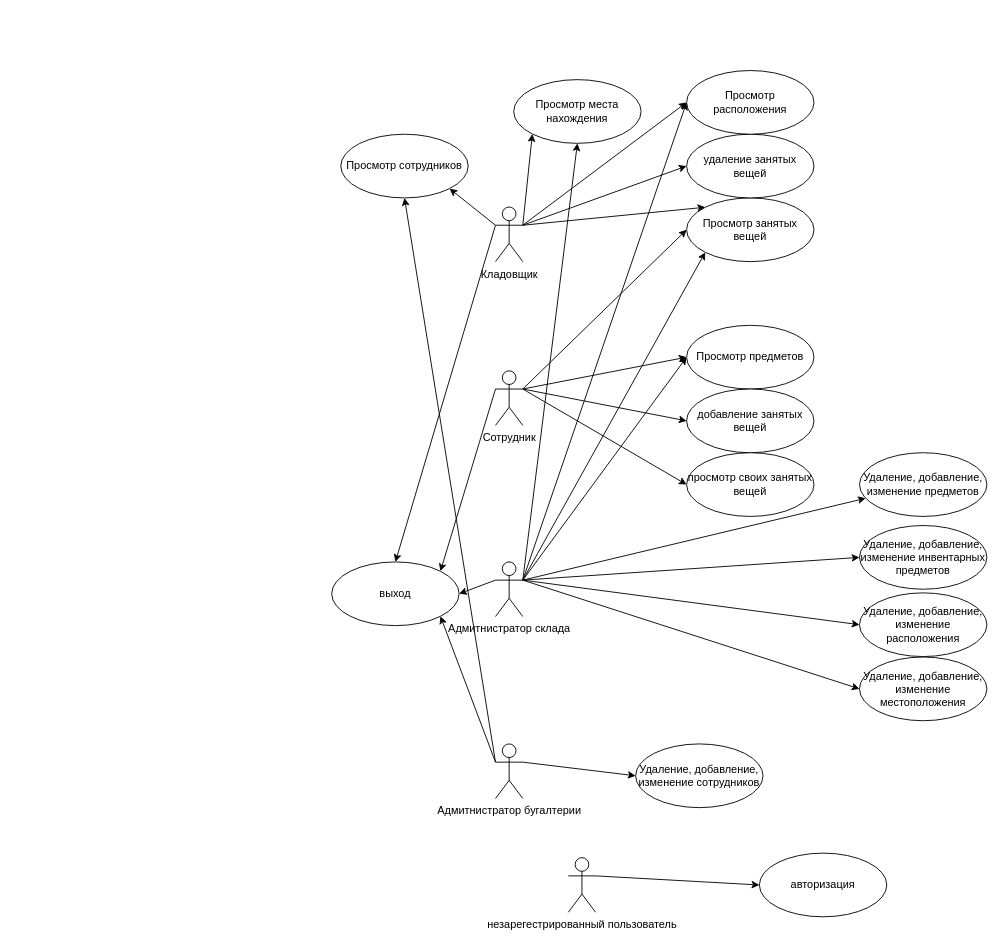
Above: page "Страница 2" (2 of 3) of lab1/ER PPO.drawio in seregadanser/BMSTU_PPO (draw.io), before the change. Source tidied: cells renumbered, new cells numbered last; positions are measured from the earlier drawing's top-left corner, leaving out a move shared by most shapes. Both pictures are drawn from the tidied source at 91%, with x=0, y=0 at pixel (331, 70).
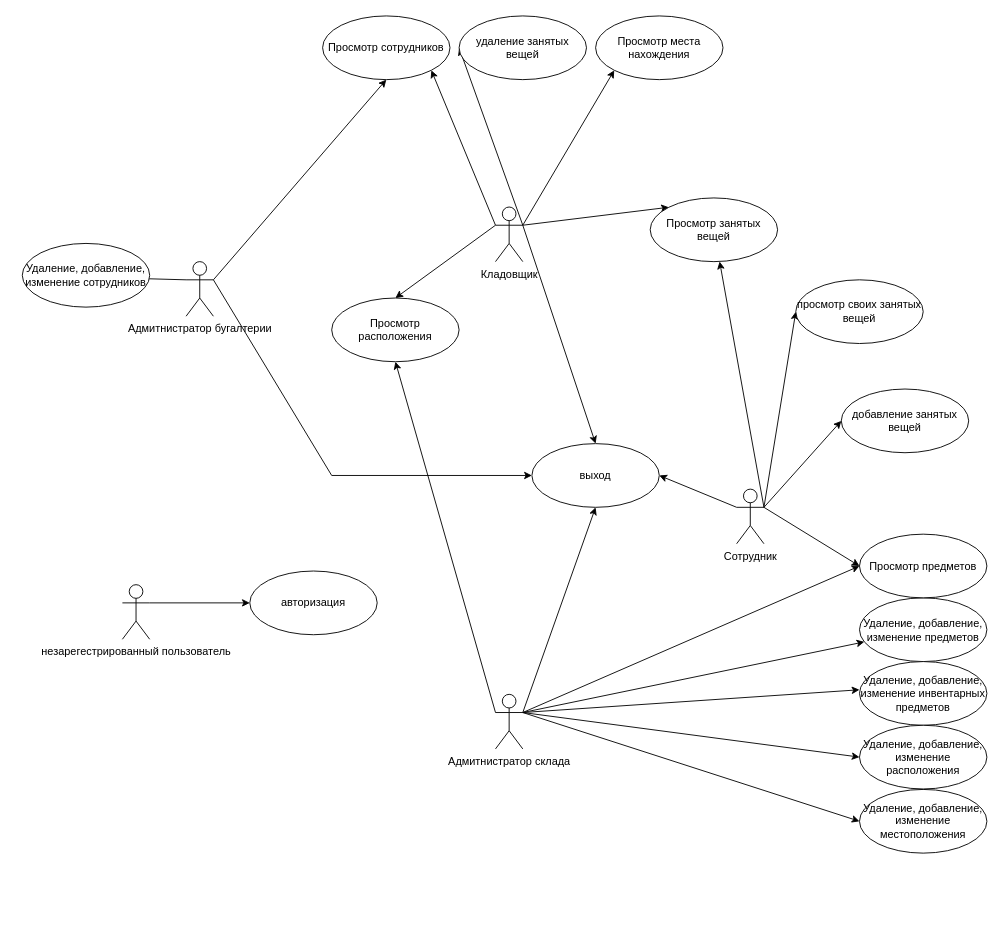
After the change.

The change refers to these unchanged cells:
```xml
<mxCell id="30" value="Кладовщик" style="shape=umlActor;verticalLabelPosition=bottom;verticalAlign=top;html=1;" parent="1" vertex="1">
  <mxGeometry x="180" y="150" width="30" height="60" as="geometry" />
</mxCell>
```

The edit, as a diff of the source:
```diff
@@
-    <mxCell id="2" style="rounded=0;jettySize=auto;html=1;exitX=1;exitY=0.3333333333333333;exitDx=0;exitDy=0;exitPerimeter=0;entryX=0;entryY=0.5;entryDx=0;entryDy=0;" parent="1" edge="1" source="7" target="31">
-      <mxGeometry relative="1" as="geometry" />
-    </mxCell>
@@
+    <mxCell id="2" style="rounded=0;jettySize=auto;html=1;exitX=1;exitY=0.3333333333333333;exitDx=0;exitDy=0;exitPerimeter=0;" parent="1" edge="1" source="7" target="31">
+      <mxGeometry relative="1" as="geometry" />
+    </mxCell>
-    <mxCell id="6" style="edgeStyle=none;rounded=0;jettySize=auto;html=1;exitX=0;exitY=0.3333333333333333;exitDx=0;exitDy=0;exitPerimeter=0;entryX=1;entryY=0;entryDx=0;entryDy=0;" parent="1" edge="1" source="7" target="45">
+    <mxCell id="6" style="edgeStyle=none;rounded=0;jettySize=auto;html=1;exitX=0;exitY=0.3333333333333333;exitDx=0;exitDy=0;exitPerimeter=0;entryX=1;entryY=0.5;entryDx=0;entryDy=0;" parent="1" edge="1" source="7" target="45">
       <mxGeometry relative="1" as="geometry" />
     </mxCell>
     <mxCell id="7" value="Сотрудник" style="shape=umlActor;verticalLabelPosition=bottom;verticalAlign=top;html=1;" parent="1" vertex="1">
-      <mxGeometry x="180" y="330" width="30" height="60" as="geometry" />
+      <mxGeometry x="445" y="460" width="30" height="60" as="geometry" />
     </mxCell>
@@
-    <mxCell id="9" style="edgeStyle=none;rounded=0;jettySize=auto;html=1;exitX=1;exitY=0.3333333333333333;exitDx=0;exitDy=0;exitPerimeter=0;entryX=0;entryY=1;entryDx=0;entryDy=0;" parent="1" edge="1" source="17" target="31">
-      <mxGeometry relative="1" as="geometry" />
-    </mxCell>
-    <mxCell id="10" style="edgeStyle=none;rounded=0;jettySize=auto;html=1;exitX=1;exitY=0.3333333333333333;exitDx=0;exitDy=0;exitPerimeter=0;entryX=0;entryY=0.5;entryDx=0;entryDy=0;" parent="1" edge="1" source="17" target="40">
-      <mxGeometry relative="1" as="geometry" />
-    </mxCell>
-    <mxCell id="11" style="edgeStyle=none;rounded=0;jettySize=auto;html=1;exitX=1;exitY=0.3333333333333333;exitDx=0;exitDy=0;exitPerimeter=0;entryX=0.5;entryY=1;entryDx=0;entryDy=0;" parent="1" edge="1" source="17" target="41">
-      <mxGeometry relative="1" as="geometry" />
-    </mxCell>
@@
-    <mxCell id="13" style="edgeStyle=none;rounded=0;jettySize=auto;html=1;exitX=1;exitY=0.3333333333333333;exitDx=0;exitDy=0;exitPerimeter=0;entryX=0;entryY=0.5;entryDx=0;entryDy=0;" parent="1" edge="1" source="17" target="37">
-      <mxGeometry relative="1" as="geometry" />
+    <mxCell id="13" style="edgeStyle=none;rounded=0;jettySize=auto;html=1;exitX=1;exitY=0.3333333333333333;exitDx=0;exitDy=0;exitPerimeter=0;entryX=0;entryY=0.5;entryDx=0;entryDy=0;" parent="1" edge="1" source="17">
+      <mxGeometry relative="1" as="geometry">
+        <mxPoint x="580" y="680.5" as="targetPoint" />
+      </mxGeometry>
     </mxCell>
@@
+    <mxCell id="10" style="edgeStyle=none;rounded=0;jettySize=auto;html=1;exitX=0;exitY=0.3333333333333333;exitDx=0;exitDy=0;exitPerimeter=0;entryX=0.5;entryY=1;entryDx=0;entryDy=0;" parent="1" edge="1" source="17" target="40">
+      <mxGeometry relative="1" as="geometry" />
+    </mxCell>
-    <mxCell id="16" style="edgeStyle=none;rounded=0;jettySize=auto;html=1;exitX=0;exitY=0.3333333333333333;exitDx=0;exitDy=0;exitPerimeter=0;entryX=1;entryY=0.5;entryDx=0;entryDy=0;" parent="1" edge="1" source="17" target="45">
+    <mxCell id="16" style="edgeStyle=none;rounded=0;jettySize=auto;html=1;exitX=1;exitY=0.3333333333333333;exitDx=0;exitDy=0;exitPerimeter=0;entryX=0.5;entryY=1;entryDx=0;entryDy=0;" parent="1" edge="1" source="17" target="45">
       <mxGeometry relative="1" as="geometry" />
     </mxCell>
     <mxCell id="17" value="Адмитнистратор склада" style="shape=umlActor;verticalLabelPosition=bottom;verticalAlign=top;html=1;" parent="1" vertex="1">
-      <mxGeometry x="180" y="540" width="30" height="60" as="geometry" />
+      <mxGeometry x="180" y="685.5" width="30" height="60" as="geometry" />
     </mxCell>
@@
-    <mxCell id="20" style="edgeStyle=none;rounded=0;jettySize=auto;html=1;exitX=0;exitY=0.3333333333333333;exitDx=0;exitDy=0;exitPerimeter=0;entryX=1;entryY=1;entryDx=0;entryDy=0;" parent="1" edge="1" source="21" target="45">
-      <mxGeometry relative="1" as="geometry" />
+    <mxCell id="20" style="edgeStyle=none;rounded=0;jettySize=auto;html=1;exitX=0;exitY=0.3333333333333333;exitDx=0;exitDy=0;exitPerimeter=0;entryX=0;entryY=0.5;entryDx=0;entryDy=0;" parent="1" edge="1" source="21" target="45">
+      <mxGeometry relative="1" as="geometry">
+        <Array as="points">
+          <mxPoint y="445" />
+        </Array>
+      </mxGeometry>
     </mxCell>
-    <mxCell id="21" value="Адмитнистратор бугалтерии" style="shape=umlActor;verticalLabelPosition=bottom;verticalAlign=top;html=1;" parent="1" vertex="1">
-      <mxGeometry x="180" y="740" width="30" height="60" as="geometry" />
+    <mxCell id="21" value="Адмитнистратор бугалтерии" style="shape=umlActor;verticalLabelPosition=bottom;verticalAlign=top;html=1;flipH=1;" parent="1" vertex="1">
+      <mxGeometry x="-160" y="210" width="30" height="60" as="geometry" />
     </mxCell>
@@
     <mxCell id="23" value="незарегестрированный пользователь" style="shape=umlActor;verticalLabelPosition=bottom;verticalAlign=top;html=1;" parent="1" vertex="1">
-      <mxGeometry x="260" y="865" width="30" height="60" as="geometry" />
+      <mxGeometry x="-230" y="565" width="30" height="60" as="geometry" />
     </mxCell>
@@
+    <mxCell id="27" style="edgeStyle=none;rounded=0;jettySize=auto;html=1;exitX=1;exitY=0.3333333333333333;exitDx=0;exitDy=0;exitPerimeter=0;entryX=0;entryY=1;entryDx=0;entryDy=0;" parent="1" edge="1" source="30" target="41">
+      <mxGeometry relative="1" as="geometry" />
+    </mxCell>
+    <mxCell id="29" style="edgeStyle=none;rounded=0;jettySize=auto;html=1;exitX=0;exitY=0.3333333333333333;exitDx=0;exitDy=0;exitPerimeter=0;entryX=1;entryY=1;entryDx=0;entryDy=0;" parent="1" edge="1" source="30" target="42">
+      <mxGeometry relative="1" as="geometry" />
+    </mxCell>
-    <mxCell id="26" style="edgeStyle=none;rounded=0;jettySize=auto;html=1;exitX=1;exitY=0.3333333333333333;exitDx=0;exitDy=0;exitPerimeter=0;entryX=0;entryY=0.5;entryDx=0;entryDy=0;" parent="1" edge="1" source="30" target="40">
+    <mxCell id="26" style="edgeStyle=none;rounded=0;jettySize=auto;html=1;exitX=0;exitY=0.3333333333333333;exitDx=0;exitDy=0;exitPerimeter=0;entryX=0.5;entryY=0;entryDx=0;entryDy=0;" parent="1" edge="1" source="30" target="40">
       <mxGeometry relative="1" as="geometry" />
     </mxCell>
-    <mxCell id="27" style="edgeStyle=none;rounded=0;jettySize=auto;html=1;exitX=1;exitY=0.3333333333333333;exitDx=0;exitDy=0;exitPerimeter=0;entryX=0;entryY=1;entryDx=0;entryDy=0;" parent="1" edge="1" source="30" target="41">
-      <mxGeometry relative="1" as="geometry" />
-    </mxCell>
-    <mxCell id="28" style="edgeStyle=none;rounded=0;jettySize=auto;html=1;exitX=0;exitY=0.3333333333333333;exitDx=0;exitDy=0;exitPerimeter=0;entryX=0.5;entryY=0;entryDx=0;entryDy=0;" parent="1" edge="1" source="30" target="45">
+    <mxCell id="28" style="edgeStyle=none;rounded=0;jettySize=auto;html=1;exitX=1;exitY=0.3333333333333333;exitDx=0;exitDy=0;exitPerimeter=0;entryX=0.5;entryY=0;entryDx=0;entryDy=0;" parent="1" edge="1" source="30" target="45">
       <mxGeometry relative="1" as="geometry" />
     </mxCell>
-    <mxCell id="29" style="edgeStyle=none;rounded=0;jettySize=auto;html=1;exitX=0;exitY=0.3333333333333333;exitDx=0;exitDy=0;exitPerimeter=0;entryX=1;entryY=1;entryDx=0;entryDy=0;" parent="1" edge="1" source="30" target="42">
-      <mxGeometry relative="1" as="geometry" />
-    </mxCell>
@@
     <mxCell id="31" value="Просмотр занятых вещей" style="ellipse;whiteSpace=wrap;html=1;" parent="1" vertex="1">
-      <mxGeometry x="390" y="140" width="140" height="70" as="geometry" />
+      <mxGeometry x="350" y="140" width="140" height="70" as="geometry" />
     </mxCell>
     <mxCell id="32" value="удаление занятых вещей" style="ellipse;whiteSpace=wrap;html=1;" parent="1" vertex="1">
-      <mxGeometry x="390" y="70" width="140" height="70" as="geometry" />
+      <mxGeometry x="140" y="-60" width="140" height="70" as="geometry" />
     </mxCell>
-    <mxCell id="33" value="Просмотр предметов" style="ellipse;whiteSpace=wrap;html=1;" parent="1" vertex="1">
-      <mxGeometry x="390" y="280" width="140" height="70" as="geometry" />
-    </mxCell>
     <mxCell id="34" value="добавление занятых вещей" style="ellipse;whiteSpace=wrap;html=1;" parent="1" vertex="1">
-      <mxGeometry x="390" y="350" width="140" height="70" as="geometry" />
+      <mxGeometry x="560" y="350" width="140" height="70" as="geometry" />
     </mxCell>
     <mxCell id="35" value="просмотр своих занятых вещей" style="ellipse;whiteSpace=wrap;html=1;" parent="1" vertex="1">
-      <mxGeometry x="390" y="420" width="140" height="70" as="geometry" />
+      <mxGeometry x="510" y="230" width="140" height="70" as="geometry" />
     </mxCell>
     <mxCell id="36" value="Удаление, добавление, изменение предметов" style="ellipse;whiteSpace=wrap;html=1;" parent="1" vertex="1">
-      <mxGeometry x="580" y="420" width="140" height="70" as="geometry" />
+      <mxGeometry x="580" y="579.5" width="140" height="70" as="geometry" />
     </mxCell>
     <mxCell id="37" value="Удаление, добавление, изменение инвентарных предметов" style="ellipse;whiteSpace=wrap;html=1;" parent="1" vertex="1">
-      <mxGeometry x="580" y="500" width="140" height="70" as="geometry" />
+      <mxGeometry x="580" y="649.5" width="140" height="70" as="geometry" />
     </mxCell>
     <mxCell id="38" value="Удаление, добавление, изменение местоположения" style="ellipse;whiteSpace=wrap;html=1;" parent="1" vertex="1">
-      <mxGeometry x="580" y="644.5" width="140" height="70" as="geometry" />
+      <mxGeometry x="580" y="790" width="140" height="70" as="geometry" />
     </mxCell>
     <mxCell id="39" value="Удаление, добавление, изменение расположения" style="ellipse;whiteSpace=wrap;html=1;" parent="1" vertex="1">
-      <mxGeometry x="580" y="574" width="140" height="70" as="geometry" />
+      <mxGeometry x="580" y="719.5" width="140" height="70" as="geometry" />
     </mxCell>
     <mxCell id="40" value="Просмотр расположения" style="ellipse;whiteSpace=wrap;html=1;" parent="1" vertex="1">
-      <mxGeometry x="390" width="140" height="70" as="geometry" />
+      <mxGeometry y="250" width="140" height="70" as="geometry" />
     </mxCell>
     <mxCell id="41" value="Просмотр места нахождения" style="ellipse;whiteSpace=wrap;html=1;" parent="1" vertex="1">
-      <mxGeometry x="200" y="10" width="140" height="70" as="geometry" />
+      <mxGeometry x="290" y="-60" width="140" height="70" as="geometry" />
     </mxCell>
     <mxCell id="42" value="Просмотр сотрудников" style="ellipse;whiteSpace=wrap;html=1;" parent="1" vertex="1">
-      <mxGeometry x="10" y="70" width="140" height="70" as="geometry" />
+      <mxGeometry x="-10" y="-60" width="140" height="70" as="geometry" />
     </mxCell>
-    <mxCell id="43" value="Удаление, добавление, изменение сотрудников" style="ellipse;whiteSpace=wrap;html=1;" parent="1" vertex="1">
-      <mxGeometry x="334" y="740" width="140" height="70" as="geometry" />
+    <mxCell id="43" value="Удаление, добавление, изменение сотрудников" style="ellipse;whiteSpace=wrap;html=1;flipH=0;flipV=0;" parent="1" vertex="1">
+      <mxGeometry x="-340" y="190" width="140" height="70" as="geometry" />
     </mxCell>
     <mxCell id="44" value="авторизация" style="ellipse;whiteSpace=wrap;html=1;" parent="1" vertex="1">
-      <mxGeometry x="470" y="860" width="140" height="70" as="geometry" />
+      <mxGeometry x="-90" y="550" width="140" height="70" as="geometry" />
     </mxCell>
     <mxCell id="45" value="выход" style="ellipse;whiteSpace=wrap;html=1;" parent="1" vertex="1">
-      <mxGeometry y="540" width="140" height="70" as="geometry" />
+      <mxGeometry x="220" y="410" width="140" height="70" as="geometry" />
     </mxCell>
+    <mxCell id="33" value="Просмотр предметов" style="ellipse;whiteSpace=wrap;html=1;" parent="1" vertex="1">
+      <mxGeometry x="580" y="509.5" width="140" height="70" as="geometry" />
+    </mxCell>
```
